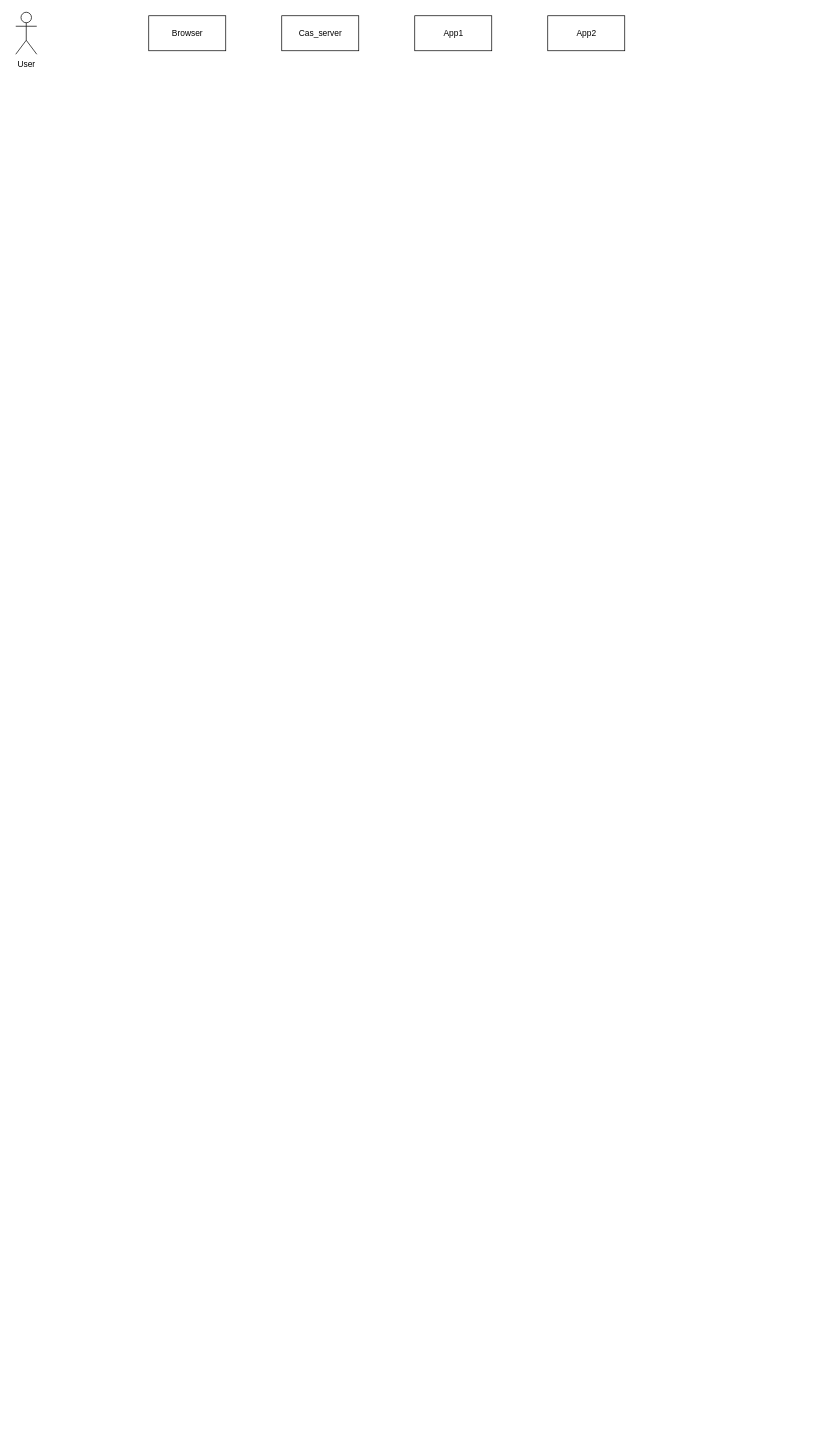
This is Untitled Diagram.drawio from wilburli/draw, a draw.io file, before an edit. Source tidied: cells renumbered, new cells numbered last; positions are measured from the earlier drawing's top-left corner, leaving out a move shared by most shapes. Both pictures are drawn from the tidied source at 70%, with x=0, y=0 at pixel (15, 12).
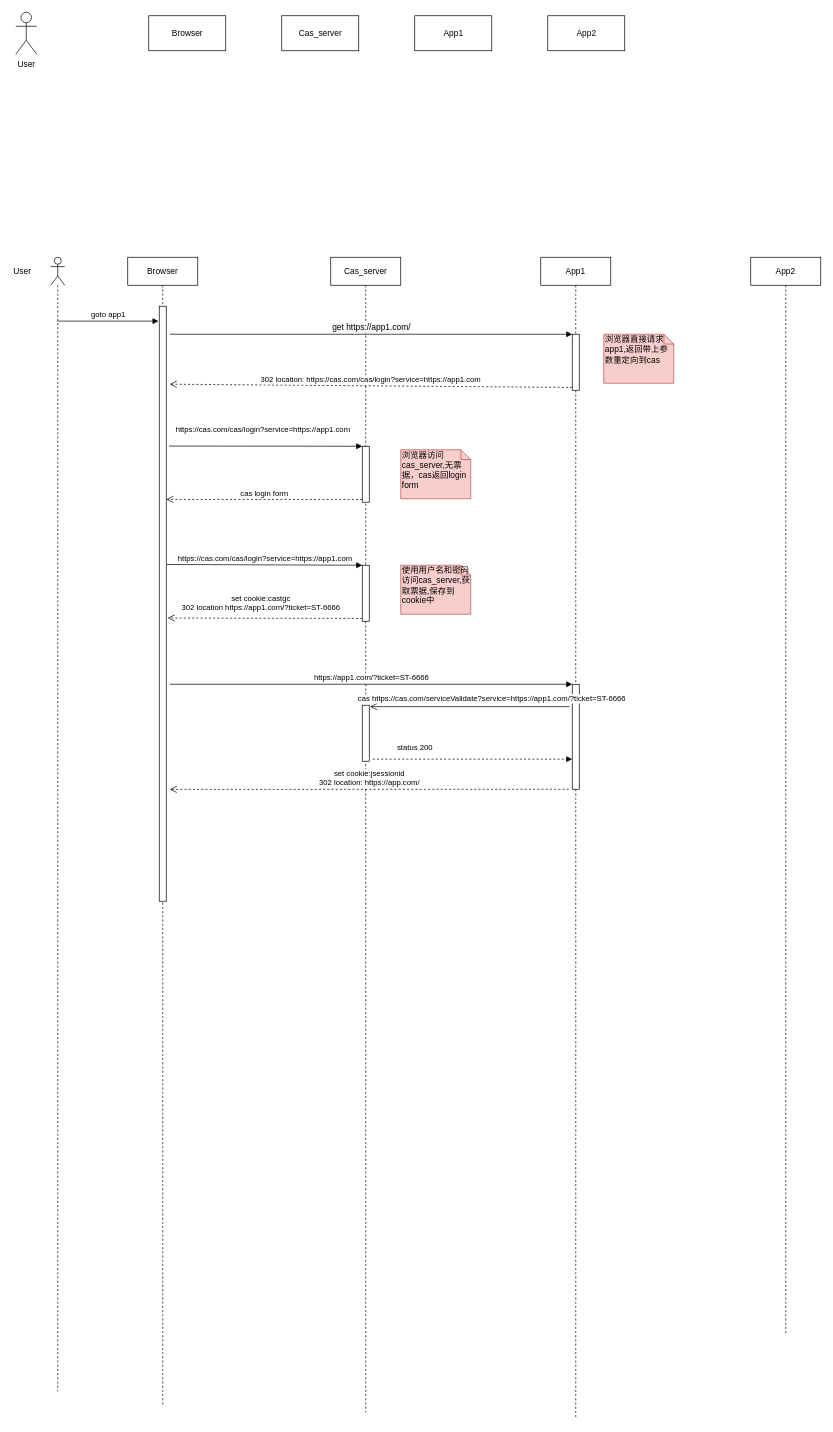
The same page after the edit.

Change to the diagram source:
```diff
@@
+    <mxCell id="7" style="shape=umlLifeline;participant=umlActor;perimeter=lifelinePerimeter;whiteSpace=wrap;html=1;verticalAlign=top;spacingTop=36;labelBackgroundColor=#ffffff;outlineConnect=0;" parent="1" vertex="1">
+      <mxGeometry x="50" y="350" width="20" height="1620" as="geometry" />
+    </mxCell>
+    <mxCell id="8" value="&lt;span style=&quot;white-space: nowrap&quot;&gt;Browser&lt;/span&gt;" style="shape=umlLifeline;perimeter=lifelinePerimeter;whiteSpace=wrap;html=1;" parent="1" vertex="1">
+      <mxGeometry x="160" y="350" width="100" height="1640" as="geometry" />
+    </mxCell>
+    <mxCell id="9" style="html=1;points=[];perimeter=orthogonalPerimeter;" parent="8" vertex="1">
+      <mxGeometry x="45" y="70" width="10" height="850" as="geometry" />
+    </mxCell>
+    <mxCell id="10" value="&lt;span style=&quot;white-space: nowrap&quot;&gt;Cas_server&lt;/span&gt;" style="shape=umlLifeline;perimeter=lifelinePerimeter;whiteSpace=wrap;html=1;" parent="1" vertex="1">
+      <mxGeometry x="450" y="350" width="100" height="1650" as="geometry" />
+    </mxCell>
+    <mxCell id="11" style="html=1;points=[];perimeter=orthogonalPerimeter;" parent="10" vertex="1">
+      <mxGeometry x="45" y="270" width="10" height="80" as="geometry" />
+    </mxCell>
+    <mxCell id="12" style="html=1;points=[];perimeter=orthogonalPerimeter;" parent="10" vertex="1">
+      <mxGeometry x="45" y="440" width="10" height="80" as="geometry" />
+    </mxCell>
+    <mxCell id="13" style="html=1;perimeter=orthogonalPerimeter;" parent="10" vertex="1">
+      <mxGeometry x="45" y="640" width="10" height="80" as="geometry" />
+    </mxCell>
+    <mxCell id="14" value="&lt;span style=&quot;white-space: nowrap&quot;&gt;App1&lt;/span&gt;" style="shape=umlLifeline;perimeter=lifelinePerimeter;whiteSpace=wrap;html=1;" parent="1" vertex="1">
+      <mxGeometry x="750" y="350" width="100" height="1660" as="geometry" />
+    </mxCell>
+    <mxCell id="15" style="html=1;points=[];perimeter=orthogonalPerimeter;" parent="14" vertex="1">
+      <mxGeometry x="45" y="110" width="10" height="80" as="geometry" />
+    </mxCell>
+    <mxCell id="16" style="html=1;points=[];perimeter=orthogonalPerimeter;" parent="14" vertex="1">
+      <mxGeometry x="45" y="610" width="10" height="150" as="geometry" />
+    </mxCell>
+    <mxCell id="17" value="https://app1.com/?ticket=ST-6666" style="html=1;verticalAlign=bottom;endArrow=block;entryX=0;entryY=0;" parent="14" edge="1" target="16">
+      <mxGeometry relative="1" as="geometry">
+        <mxPoint x="-530" y="610" as="sourcePoint" />
+      </mxGeometry>
+    </mxCell>
+    <mxCell id="18" value="&lt;span style=&quot;white-space: nowrap&quot;&gt;App2&lt;/span&gt;" style="shape=umlLifeline;perimeter=lifelinePerimeter;whiteSpace=wrap;html=1;" parent="1" vertex="1">
+      <mxGeometry x="1050" y="350" width="100" height="1540" as="geometry" />
+    </mxCell>
+    <mxCell id="19" value="User" style="text;html=1;align=left;verticalAlign=top;spacingTop=-4;" parent="1" vertex="1">
+      <mxGeometry x="-5" y="360" width="40" height="20" as="geometry" />
+    </mxCell>
+    <mxCell id="20" value="goto app1" style="html=1;verticalAlign=bottom;endArrow=block;entryX=-0.1;entryY=0.025;entryDx=0;entryDy=0;entryPerimeter=0;" parent="1" edge="1" source="7" target="9">
+      <mxGeometry relative="1" as="geometry" />
+    </mxCell>
+    <mxCell id="21" value="&lt;span style=&quot;font-size: 12px ; text-align: left ; background-color: rgb(248 , 249 , 250)&quot;&gt;get https://app1.com/&lt;/span&gt;" style="html=1;verticalAlign=bottom;endArrow=block;entryX=0;entryY=0;" parent="1" edge="1" target="15">
+      <mxGeometry relative="1" as="geometry">
+        <mxPoint x="220" y="460" as="sourcePoint" />
+      </mxGeometry>
+    </mxCell>
+    <mxCell id="22" value="302 location: https://cas.com/cas/login?service=https://app1.com" style="html=1;verticalAlign=bottom;endArrow=open;dashed=1;endSize=8;exitX=0;exitY=0.95;entryX=1.5;entryY=0.131;entryDx=0;entryDy=0;entryPerimeter=0;" parent="1" edge="1" source="15" target="9">
+      <mxGeometry relative="1" as="geometry" />
+    </mxCell>
+    <mxCell id="23" value="浏览器直接请求app1,返回带上参数重定向到cas" style="shape=note;whiteSpace=wrap;html=1;size=14;verticalAlign=top;align=left;spacingTop=-6;fillColor=#f8cecc;strokeColor=#b85450;" parent="1" vertex="1">
+      <mxGeometry x="840" y="460" width="100" height="70" as="geometry" />
+    </mxCell>
+    <mxCell id="24" value="cas login form" style="html=1;verticalAlign=bottom;endArrow=open;dashed=1;endSize=8;exitX=0;exitY=0.95;" parent="1" edge="1" source="11" target="9">
+      <mxGeometry relative="1" as="geometry" />
+    </mxCell>
+    <mxCell id="25" value="https://cas.com/cas/login?service=https://app1.com" style="html=1;verticalAlign=bottom;endArrow=block;entryX=0;entryY=0;exitX=1.4;exitY=0.235;exitDx=0;exitDy=0;exitPerimeter=0;" parent="1" edge="1" source="9" target="11">
+      <mxGeometry x="-0.03" y="15" relative="1" as="geometry" />
+    </mxCell>
+    <mxCell id="26" value="浏览器访问cas_server,无票据，cas返回login form" style="shape=note;whiteSpace=wrap;html=1;size=14;verticalAlign=top;align=left;spacingTop=-6;fillColor=#f8cecc;strokeColor=#b85450;" parent="1" vertex="1">
+      <mxGeometry x="550" y="625" width="100" height="70" as="geometry" />
+    </mxCell>
+    <mxCell id="27" value="https://cas.com/cas/login?service=https://app1.com" style="html=1;verticalAlign=bottom;endArrow=block;entryX=0;entryY=0;exitX=1.1;exitY=0.434;exitDx=0;exitDy=0;exitPerimeter=0;" parent="1" edge="1" source="9" target="12">
+      <mxGeometry relative="1" as="geometry" />
+    </mxCell>
+    <mxCell id="28" value="set cookie:castgc&lt;br&gt;302 location https://app1.com/?ticket=ST-6666" style="html=1;verticalAlign=bottom;endArrow=open;dashed=1;endSize=8;exitX=0;exitY=0.95;entryX=1.2;entryY=0.524;entryDx=0;entryDy=0;entryPerimeter=0;" parent="1" edge="1" source="12" target="9">
+      <mxGeometry x="0.04" y="-6" relative="1" as="geometry" />
+    </mxCell>
+    <mxCell id="29" value="使用用户名和密码访问cas_server,获取票据,保存到cookie中" style="shape=note;whiteSpace=wrap;html=1;size=14;verticalAlign=top;align=left;spacingTop=-6;fillColor=#f8cecc;strokeColor=#b85450;" parent="1" vertex="1">
+      <mxGeometry x="550" y="790" width="100" height="70" as="geometry" />
+    </mxCell>
+    <mxCell id="30" value="cas https://cas.com/serviceValidate?service=https://app1.com/?ticket=ST-6666" style="html=1;verticalAlign=bottom;endArrow=open;endSize=8;entryX=1.1;entryY=0.025;entryDx=0;entryDy=0;entryPerimeter=0;" parent="1" edge="1">
+      <mxGeometry x="-0.22" y="-2" relative="1" as="geometry">
+        <mxPoint x="791" y="992" as="sourcePoint" />
+        <mxPoint x="506" y="992" as="targetPoint" />
+      </mxGeometry>
+    </mxCell>
+    <mxCell id="31" value="status 200" style="html=1;verticalAlign=bottom;endArrow=block;dashed=1;" parent="1" edge="1">
+      <mxGeometry x="-0.44" y="21" relative="1" as="geometry">
+        <mxPoint x="510" y="1067" as="sourcePoint" />
+        <mxPoint x="795" y="1067" as="targetPoint" />
+        <Array as="points">
+          <mxPoint x="590" y="1067" />
+        </Array>
+        <mxPoint x="-20" y="14" as="offset" />
+      </mxGeometry>
+    </mxCell>
+    <mxCell id="32" value="set cookie:jsessionid&lt;br&gt;302 location: https://app.com/" style="html=1;verticalAlign=bottom;endArrow=open;dashed=1;endSize=8;entryX=1.5;entryY=0.812;entryDx=0;entryDy=0;entryPerimeter=0;" parent="1" edge="1" target="9">
+      <mxGeometry relative="1" as="geometry">
+        <mxPoint x="790" y="1110" as="sourcePoint" />
+      </mxGeometry>
+    </mxCell>
```
